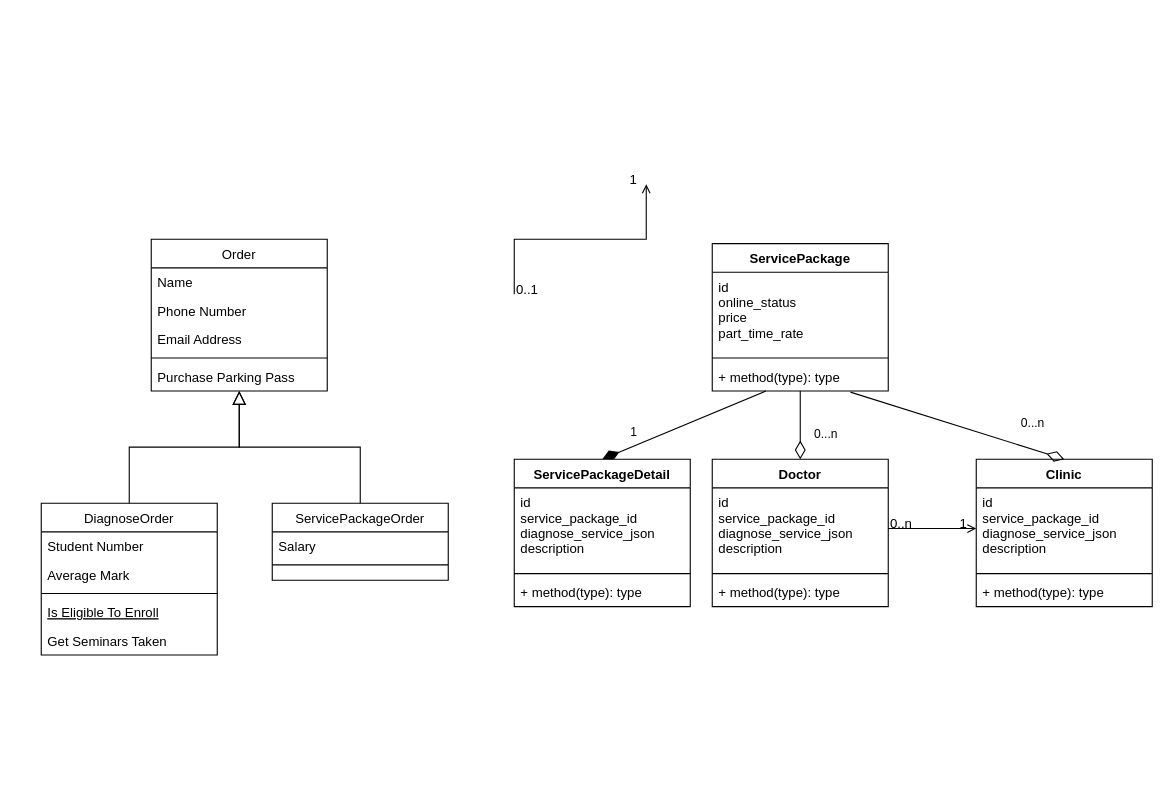
Above: service_package/Untitled Diagram.drawio in ly931003/diagrams (draw.io), before the change. Source tidied: cells renumbered, new cells numbered last; positions are measured from the earlier drawing's top-left corner, leaving out a move shared by most shapes. Both pictures are drawn from the tidied source at 110%, with x=0, y=0 at pixel (41, 184).
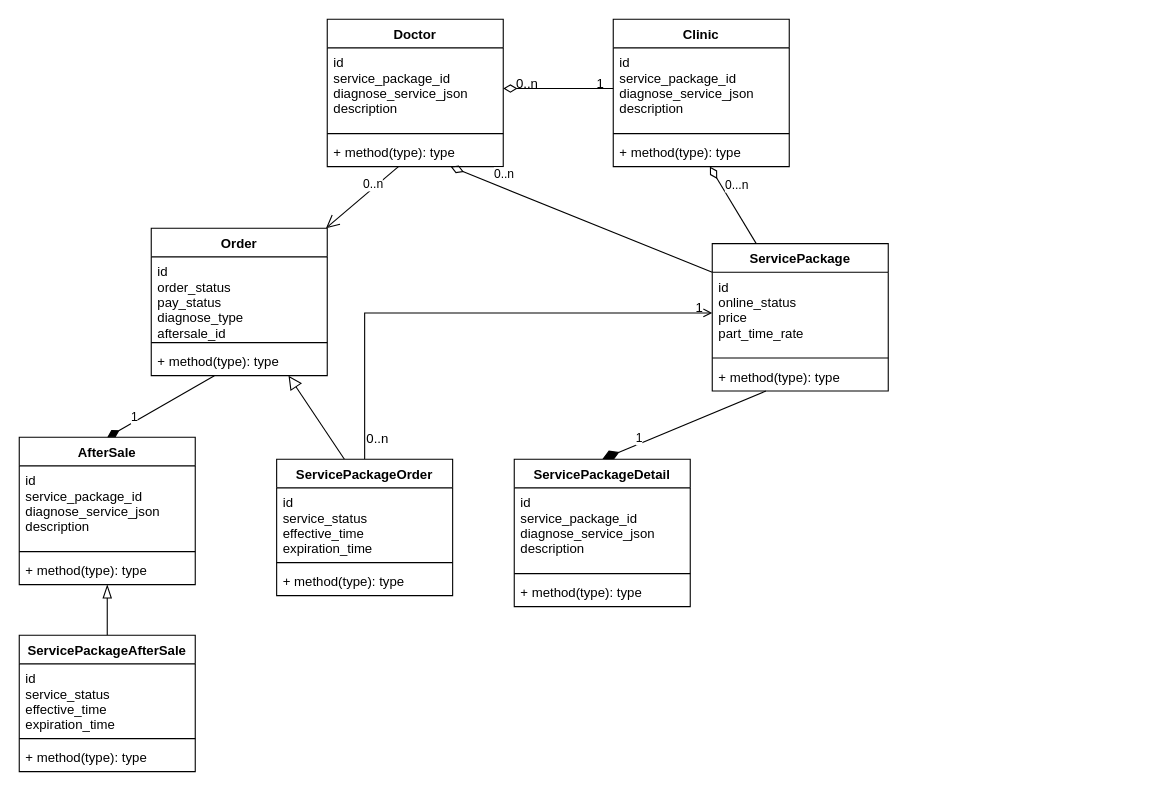
After the change.

The change refers to these unchanged cells:
```xml
<mxCell id="23" value="ServicePackage" style="swimlane;fontStyle=1;align=center;verticalAlign=top;horizontal=1;startSize=26;" parent="1" vertex="1">
  <mxGeometry x="610" y="54" width="160" height="134" as="geometry" />
</mxCell>
<mxCell id="24" value="id&#10;online_status&#10;price&#10;part_time_rate" style="text;strokeColor=none;fillColor=none;align=left;verticalAlign=top;spacingLeft=4;spacingRight=4;overflow=hidden;points=[[0,0.5],[1,0.5]];portConstraint=eastwest;" parent="23" vertex="1">
  <mxGeometry y="26" width="160" height="74" as="geometry" />
</mxCell>
<mxCell id="26" value="+ method(type): type" style="text;strokeColor=none;fillColor=none;align=left;verticalAlign=top;spacingLeft=4;spacingRight=4;overflow=hidden;points=[[0,0.5],[1,0.5]];portConstraint=eastwest;" parent="23" vertex="1">
  <mxGeometry y="108" width="160" height="26" as="geometry" />
</mxCell>
<mxCell id="28" value="ServicePackageDetail" style="swimlane;fontStyle=1;align=center;verticalAlign=top;horizontal=1;startSize=26;" parent="1" vertex="1">
  <mxGeometry x="430" y="250" width="160" height="134" as="geometry" />
</mxCell>
<mxCell id="33" value="id&#10;service_package_id&#10;diagnose_service_json&#10;description" style="text;strokeColor=none;fillColor=none;align=left;verticalAlign=top;spacingLeft=4;spacingRight=4;overflow=hidden;points=[[0,0.5],[1,0.5]];portConstraint=eastwest;" parent="32" vertex="1">
  <mxGeometry y="26" width="160" height="74" as="geometry" />
</mxCell>
<mxCell id="35" value="+ method(type): type" style="text;strokeColor=none;fillColor=none;align=left;verticalAlign=top;spacingLeft=4;spacingRight=4;overflow=hidden;points=[[0,0.5],[1,0.5]];portConstraint=eastwest;" parent="32" vertex="1">
  <mxGeometry y="108" width="160" height="26" as="geometry" />
</mxCell>
<mxCell id="38" value="id&#10;service_package_id&#10;diagnose_service_json&#10;description" style="text;strokeColor=none;fillColor=none;align=left;verticalAlign=top;spacingLeft=4;spacingRight=4;overflow=hidden;points=[[0,0.5],[1,0.5]];portConstraint=eastwest;" parent="37" vertex="1">
  <mxGeometry y="26" width="160" height="74" as="geometry" />
</mxCell>
<mxCell id="40" value="+ method(type): type" style="text;strokeColor=none;fillColor=none;align=left;verticalAlign=top;spacingLeft=4;spacingRight=4;overflow=hidden;points=[[0,0.5],[1,0.5]];portConstraint=eastwest;" parent="37" vertex="1">
  <mxGeometry y="108" width="160" height="26" as="geometry" />
</mxCell>
```

What changed in the source:
```diff
@@
-    <mxCell id="2" value="Order" style="swimlane;fontStyle=0;align=center;verticalAlign=top;horizontal=1;startSize=26;rounded=0;shadow=0;strokeWidth=1;" parent="1" vertex="1">
-      <mxGeometry x="100" y="50" width="160" height="138" as="geometry" />
-    </mxCell>
-    <mxCell id="3" value="Name" style="text;align=left;verticalAlign=top;spacingLeft=4;spacingRight=4;overflow=hidden;" parent="2" vertex="1">
-      <mxGeometry y="26" width="160" height="26" as="geometry" />
-    </mxCell>
-    <mxCell id="4" value="Phone Number" style="text;align=left;verticalAlign=top;spacingLeft=4;spacingRight=4;overflow=hidden;rounded=0;shadow=0;html=0;" parent="2" vertex="1">
-      <mxGeometry y="52" width="160" height="26" as="geometry" />
-    </mxCell>
-    <mxCell id="5" value="Email Address" style="text;align=left;verticalAlign=top;spacingLeft=4;spacingRight=4;overflow=hidden;rounded=0;shadow=0;html=0;" parent="2" vertex="1">
-      <mxGeometry y="78" width="160" height="26" as="geometry" />
-    </mxCell>
-    <mxCell id="6" style="line;html=1;strokeWidth=1;align=left;verticalAlign=middle;spacingTop=-1;spacingLeft=3;spacingRight=3;labelPosition=right;" parent="2" vertex="1">
-      <mxGeometry y="104" width="160" height="8" as="geometry" />
-    </mxCell>
-    <mxCell id="7" value="Purchase Parking Pass" style="text;align=left;verticalAlign=top;spacingLeft=4;spacingRight=4;overflow=hidden;" parent="2" vertex="1">
-      <mxGeometry y="112" width="160" height="26" as="geometry" />
-    </mxCell>
-    <mxCell id="8" value="DiagnoseOrder" style="swimlane;fontStyle=0;align=center;verticalAlign=top;horizontal=1;startSize=26;rounded=0;shadow=0;strokeWidth=1;" parent="1" vertex="1">
-      <mxGeometry y="290" width="160" height="138" as="geometry" />
-    </mxCell>
-    <mxCell id="9" value="Student Number" style="text;align=left;verticalAlign=top;spacingLeft=4;spacingRight=4;overflow=hidden;" parent="8" vertex="1">
-      <mxGeometry y="26" width="160" height="26" as="geometry" />
-    </mxCell>
-    <mxCell id="10" value="Average Mark" style="text;align=left;verticalAlign=top;spacingLeft=4;spacingRight=4;overflow=hidden;rounded=0;shadow=0;html=0;" parent="8" vertex="1">
-      <mxGeometry y="52" width="160" height="26" as="geometry" />
-    </mxCell>
-    <mxCell id="11" style="line;html=1;strokeWidth=1;align=left;verticalAlign=middle;spacingTop=-1;spacingLeft=3;spacingRight=3;labelPosition=right;" parent="8" vertex="1">
-      <mxGeometry y="78" width="160" height="8" as="geometry" />
-    </mxCell>
-    <mxCell id="12" value="Is Eligible To Enroll" style="text;align=left;verticalAlign=top;spacingLeft=4;spacingRight=4;overflow=hidden;fontStyle=4;" parent="8" vertex="1">
-      <mxGeometry y="86" width="160" height="26" as="geometry" />
-    </mxCell>
-    <mxCell id="13" value="Get Seminars Taken" style="text;align=left;verticalAlign=top;spacingLeft=4;spacingRight=4;overflow=hidden;" parent="8" vertex="1">
-      <mxGeometry y="112" width="160" height="26" as="geometry" />
-    </mxCell>
-    <mxCell id="14" style="endArrow=block;endSize=10;endFill=0;shadow=0;strokeWidth=1;rounded=0;edgeStyle=elbowEdgeStyle;elbow=vertical;" parent="1" edge="1" source="8" target="2">
-      <mxGeometry relative="1" as="geometry" />
-    </mxCell>
-    <mxCell id="15" value="ServicePackageOrder" style="swimlane;fontStyle=0;align=center;verticalAlign=top;horizontal=1;startSize=26;rounded=0;shadow=0;strokeWidth=1;" parent="1" vertex="1">
-      <mxGeometry x="210" y="290" width="160" height="70" as="geometry" />
-    </mxCell>
-    <mxCell id="16" value="Salary" style="text;align=left;verticalAlign=top;spacingLeft=4;spacingRight=4;overflow=hidden;" parent="15" vertex="1">
-      <mxGeometry y="26" width="160" height="26" as="geometry" />
-    </mxCell>
-    <mxCell id="17" style="line;html=1;strokeWidth=1;align=left;verticalAlign=middle;spacingTop=-1;spacingLeft=3;spacingRight=3;labelPosition=right;" parent="15" vertex="1">
-      <mxGeometry y="52" width="160" height="8" as="geometry" />
-    </mxCell>
-    <mxCell id="18" style="endArrow=block;endSize=10;endFill=0;shadow=0;strokeWidth=1;rounded=0;edgeStyle=elbowEdgeStyle;elbow=vertical;" parent="1" edge="1" source="15" target="2">
+    <mxCell id="18" style="endArrow=block;endSize=10;endFill=0;shadow=0;strokeWidth=1;rounded=0;elbow=vertical;exitX=0.385;exitY=0;exitDx=0;exitDy=0;exitPerimeter=0;" parent="1" edge="1" source="15" target="2">
       <mxGeometry relative="1" as="geometry" />
     </mxCell>
-    <mxCell id="19" style="endArrow=open;shadow=0;strokeWidth=1;rounded=0;endFill=1;edgeStyle=elbowEdgeStyle;elbow=vertical;" parent="1" edge="1">
+    <mxCell id="19" style="endArrow=open;shadow=0;strokeWidth=1;rounded=0;endFill=1;edgeStyle=orthogonalEdgeStyle;elbow=vertical;entryX=0;entryY=0.5;entryDx=0;entryDy=0;" parent="1" edge="1" source="15" target="24">
       <mxGeometry x="0.5" y="41" relative="1" as="geometry">
-        <mxPoint x="430" y="100" as="sourcePoint" />
-        <mxPoint x="550" as="targetPoint" />
         <mxPoint x="-40" y="32" as="offset" />
       </mxGeometry>
     </mxCell>
-    <mxCell id="20" value="0..1" style="align=left;verticalAlign=bottom;labelBackgroundColor=none;fontSize=12;" parent="19" vertex="1">
+    <mxCell id="20" value="0..n" style="align=left;verticalAlign=bottom;labelBackgroundColor=none;fontSize=12;" parent="19" vertex="1">
       <mxGeometry x="-1" relative="1" as="geometry">
-        <mxPoint y="4" as="offset" />
+        <mxPoint y="-10" as="offset" />
       </mxGeometry>
     </mxCell>
@@
     <mxCell id="27" value="1" style="endArrow=none;html=1;endSize=12;startArrow=diamondThin;startSize=14;startFill=1;align=left;verticalAlign=bottom;rounded=0;endFill=0;exitX=0.5;exitY=0;exitDx=0;exitDy=0;" parent="1" edge="1" source="28" target="26">
-      <mxGeometry x="-0.65" y="6" relative="1" as="geometry" />
+      <mxGeometry x="-0.61" y="-2" relative="1" as="geometry" />
     </mxCell>
@@
     <mxCell id="32" value="Doctor" style="swimlane;fontStyle=1;align=center;verticalAlign=top;horizontal=1;startSize=26;" parent="1" vertex="1">
-      <mxGeometry x="610" y="250" width="160" height="134" as="geometry" />
+      <mxGeometry x="260" y="-150" width="160" height="134" as="geometry" />
     </mxCell>
@@
-    <mxCell id="36" value="0...n" style="endArrow=none;html=1;endSize=12;startArrow=diamondThin;startSize=14;startFill=0;align=left;verticalAlign=bottom;rounded=0;endFill=0;exitX=0.5;exitY=0;exitDx=0;exitDy=0;" parent="1" edge="1" source="32" target="26">
-      <mxGeometry x="-0.55" y="-11" relative="1" as="geometry" />
+    <mxCell id="36" value="0..n" style="endArrow=none;html=1;endSize=10;startArrow=diamondThin;startSize=10;startFill=0;align=left;verticalAlign=bottom;rounded=0;endFill=0;" parent="1" edge="1" source="35">
+      <mxGeometry x="-0.68" y="-1" relative="1" as="geometry">
+        <mxPoint x="610" y="80" as="targetPoint" />
+      </mxGeometry>
     </mxCell>
     <mxCell id="37" value="Clinic" style="swimlane;fontStyle=1;align=center;verticalAlign=top;horizontal=1;startSize=26;" parent="1" vertex="1">
-      <mxGeometry x="850" y="250" width="160" height="134" as="geometry" />
+      <mxGeometry x="520" y="-150" width="160" height="134" as="geometry" />
     </mxCell>
@@
-    <mxCell id="41" value="0...n" style="endArrow=none;html=1;endSize=12;startArrow=diamondThin;startSize=14;startFill=0;align=left;verticalAlign=bottom;rounded=0;endFill=0;exitX=0.5;exitY=0;exitDx=0;exitDy=0;entryX=0.785;entryY=1.038;entryDx=0;entryDy=0;entryPerimeter=0;" parent="1" edge="1" source="37" target="26">
-      <mxGeometry x="-0.55" y="-11" relative="1" as="geometry" />
+    <mxCell id="41" value="0...n" style="endArrow=none;html=1;endSize=10;startArrow=diamondThin;startSize=10;startFill=0;align=left;verticalAlign=bottom;rounded=0;endFill=0;entryX=0.25;entryY=0;entryDx=0;entryDy=0;" parent="1" edge="1" source="40" target="23">
+      <mxGeometry x="-0.3" y="-3" relative="1" as="geometry" />
     </mxCell>
-    <mxCell id="42" style="endArrow=open;shadow=0;strokeWidth=1;rounded=0;endFill=1;edgeStyle=elbowEdgeStyle;elbow=vertical;exitX=1;exitY=0.5;exitDx=0;exitDy=0;entryX=0;entryY=0.5;entryDx=0;entryDy=0;" parent="1" edge="1" source="33" target="38">
+    <mxCell id="42" style="endArrow=none;shadow=0;strokeWidth=1;rounded=0;endFill=0;edgeStyle=elbowEdgeStyle;elbow=vertical;exitX=1;exitY=0.5;exitDx=0;exitDy=0;entryX=0;entryY=0.5;entryDx=0;entryDy=0;startArrow=diamondThin;startFill=0;endSize=10;startSize=10;" parent="1" edge="1" source="33" target="38">
       <mxGeometry x="0.5" y="41" relative="1" as="geometry">
         <mxPoint x="-40" y="32" as="offset" />
       </mxGeometry>
     </mxCell>
     <mxCell id="43" value="0..n" style="align=left;verticalAlign=bottom;labelBackgroundColor=none;fontSize=12;" parent="42" vertex="1">
       <mxGeometry x="-1" relative="1" as="geometry">
-        <mxPoint y="4" as="offset" />
+        <mxPoint x="10" y="4" as="offset" />
       </mxGeometry>
     </mxCell>
@@
+    <mxCell id="2" value="Order" style="swimlane;fontStyle=1;align=center;verticalAlign=top;horizontal=1;startSize=26;" parent="1" vertex="1">
+      <mxGeometry x="100" y="40" width="160" height="134" as="geometry" />
+    </mxCell>
+    <mxCell id="46" value="id&#10;order_status&#10;pay_status&#10;diagnose_type&#10;aftersale_id" style="text;strokeColor=none;fillColor=none;align=left;verticalAlign=top;spacingLeft=4;spacingRight=4;overflow=hidden;" parent="2" vertex="1">
+      <mxGeometry y="26" width="160" height="74" as="geometry" />
+    </mxCell>
+    <mxCell id="47" style="line;strokeWidth=1;fillColor=none;align=left;verticalAlign=middle;spacingTop=-1;spacingLeft=3;spacingRight=3;labelPosition=right;" parent="2" vertex="1">
+      <mxGeometry y="100" width="160" height="8" as="geometry" />
+    </mxCell>
+    <mxCell id="48" value="+ method(type): type" style="text;strokeColor=none;fillColor=none;align=left;verticalAlign=top;spacingLeft=4;spacingRight=4;overflow=hidden;points=[[0,0.5],[1,0.5]];portConstraint=eastwest;" parent="2" vertex="1">
+      <mxGeometry y="108" width="160" height="26" as="geometry" />
+    </mxCell>
+    <mxCell id="15" value="ServicePackageOrder" style="swimlane;fontStyle=1;align=center;verticalAlign=top;horizontal=1;startSize=26;" parent="1" vertex="1">
+      <mxGeometry x="214" y="250" width="160" height="124" as="geometry" />
+    </mxCell>
+    <mxCell id="49" value="id&#10;service_status&#10;effective_time&#10;expiration_time" style="text;strokeColor=none;fillColor=none;align=left;verticalAlign=top;spacingLeft=4;spacingRight=4;overflow=hidden;" parent="15" vertex="1">
+      <mxGeometry y="26" width="160" height="64" as="geometry" />
+    </mxCell>
+    <mxCell id="50" style="line;strokeWidth=1;fillColor=none;align=left;verticalAlign=middle;spacingTop=-1;spacingLeft=3;spacingRight=3;labelPosition=right;" parent="15" vertex="1">
+      <mxGeometry y="90" width="160" height="8" as="geometry" />
+    </mxCell>
+    <mxCell id="51" value="+ method(type): type" style="text;strokeColor=none;fillColor=none;align=left;verticalAlign=top;spacingLeft=4;spacingRight=4;overflow=hidden;" parent="15" vertex="1">
+      <mxGeometry y="98" width="160" height="26" as="geometry" />
+    </mxCell>
+    <mxCell id="52" value="0..n" style="endArrow=open;html=1;endSize=10;startArrow=none;startSize=10;startFill=0;align=left;verticalAlign=bottom;rounded=0;endFill=0;" parent="1" edge="1" source="35" target="2">
+      <mxGeometry x="-0.03" y="-3" relative="1" as="geometry" />
+    </mxCell>
+    <mxCell id="53" value="AfterSale" style="swimlane;fontStyle=1;align=center;verticalAlign=top;horizontal=1;startSize=26;" parent="1" vertex="1">
+      <mxGeometry x="-20" y="230" width="160" height="134" as="geometry" />
+    </mxCell>
+    <mxCell id="54" value="id&#10;service_package_id&#10;diagnose_service_json&#10;description" style="text;strokeColor=none;fillColor=none;align=left;verticalAlign=top;spacingLeft=4;spacingRight=4;overflow=hidden;" parent="53" vertex="1">
+      <mxGeometry y="26" width="160" height="74" as="geometry" />
+    </mxCell>
+    <mxCell id="55" style="line;strokeWidth=1;fillColor=none;align=left;verticalAlign=middle;spacingTop=-1;spacingLeft=3;spacingRight=3;labelPosition=right;" parent="53" vertex="1">
+      <mxGeometry y="100" width="160" height="8" as="geometry" />
+    </mxCell>
+    <mxCell id="56" value="+ method(type): type" style="text;strokeColor=none;fillColor=none;align=left;verticalAlign=top;spacingLeft=4;spacingRight=4;overflow=hidden;points=[[0,0.5],[1,0.5]];portConstraint=eastwest;" parent="53" vertex="1">
+      <mxGeometry y="108" width="160" height="26" as="geometry" />
+    </mxCell>
+    <mxCell id="57" value="1" style="endArrow=none;html=1;endSize=10;startArrow=diamondThin;startSize=10;startFill=1;align=left;verticalAlign=bottom;rounded=0;endFill=0;exitX=0.5;exitY=0;exitDx=0;exitDy=0;" parent="1" edge="1" source="53" target="48">
+      <mxGeometry x="-0.61" y="-2" relative="1" as="geometry" />
+    </mxCell>
+    <mxCell id="58" style="edgeStyle=none;rounded=0;jettySize=auto;html=1;startArrow=none;startFill=0;endArrow=blockThin;endFill=0;startSize=10;endSize=10;" parent="1" edge="1" source="59" target="56">
+      <mxGeometry relative="1" as="geometry" />
+    </mxCell>
+    <mxCell id="59" value="ServicePackageAfterSale" style="swimlane;fontStyle=1;align=center;verticalAlign=top;horizontal=1;startSize=26;" parent="1" vertex="1">
+      <mxGeometry x="-20" y="410" width="160" height="124" as="geometry" />
+    </mxCell>
+    <mxCell id="60" value="id&#10;service_status&#10;effective_time&#10;expiration_time" style="text;strokeColor=none;fillColor=none;align=left;verticalAlign=top;spacingLeft=4;spacingRight=4;overflow=hidden;" parent="59" vertex="1">
+      <mxGeometry y="26" width="160" height="64" as="geometry" />
+    </mxCell>
+    <mxCell id="61" style="line;strokeWidth=1;fillColor=none;align=left;verticalAlign=middle;spacingTop=-1;spacingLeft=3;spacingRight=3;labelPosition=right;" parent="59" vertex="1">
+      <mxGeometry y="90" width="160" height="8" as="geometry" />
+    </mxCell>
+    <mxCell id="62" value="+ method(type): type" style="text;strokeColor=none;fillColor=none;align=left;verticalAlign=top;spacingLeft=4;spacingRight=4;overflow=hidden;" parent="59" vertex="1">
+      <mxGeometry y="98" width="160" height="26" as="geometry" />
+    </mxCell>
```
